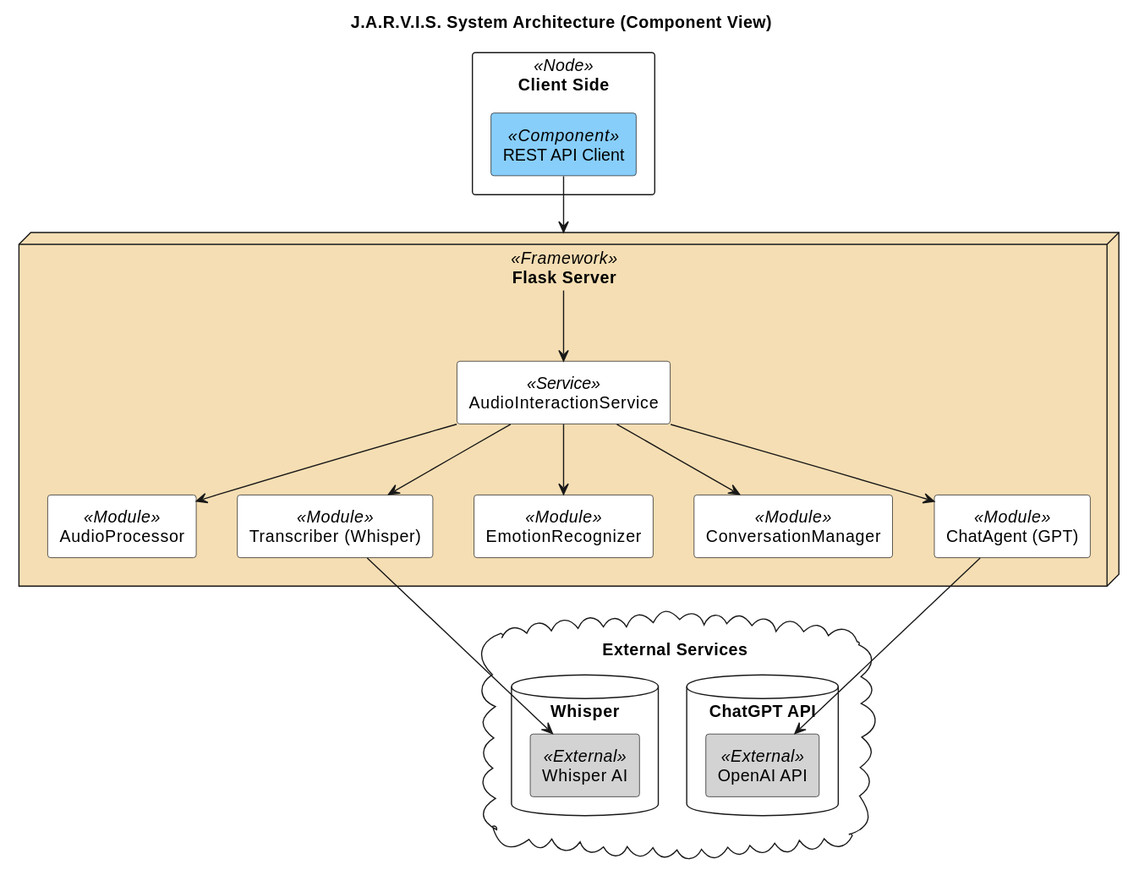
matthew-2000/JARVIS_Server keeps this PlantUML diagram as diagram/architecture.svg. Above is the earlier version. The source it was exported from:
```plantuml
@startuml
title J.A.R.V.I.S. System Architecture (Component View)

skinparam componentStyle rectangle
skinparam packageStyle rectangle
skinparam defaultTextAlignment center

package "Client Side" <<Node>> {
    [REST API Client] <<Component>> #LightSkyBlue
}

node "Flask Server" <<Framework>> #Wheat {
  [AudioInteractionService] <<Service>> #White
  [AudioProcessor] <<Module>> #White
  [Transcriber (Whisper)] <<Module>> #White
  [EmotionRecognizer] <<Module>> #White
  [ConversationManager] <<Module>> #White
  [ChatAgent (GPT)] <<Module>> #White

  [REST API Client] --> [Flask Server]
  [Flask Server] --> [AudioInteractionService]
  [AudioInteractionService] --> [AudioProcessor]
  [AudioInteractionService] --> [Transcriber (Whisper)]
  [AudioInteractionService] --> [EmotionRecognizer]
  [AudioInteractionService] --> [ConversationManager]
  [AudioInteractionService] --> [ChatAgent (GPT)]
}

cloud "External Services" {
  database "ChatGPT API" {
    [OpenAI API] <<External>> #LightGray
  }
  database "Whisper" {
    [Whisper AI] <<External>> #LightGray
  }

  [ChatAgent (GPT)] --> [OpenAI API]
  [Transcriber (Whisper)] --> [Whisper AI]
}
@enduml
```
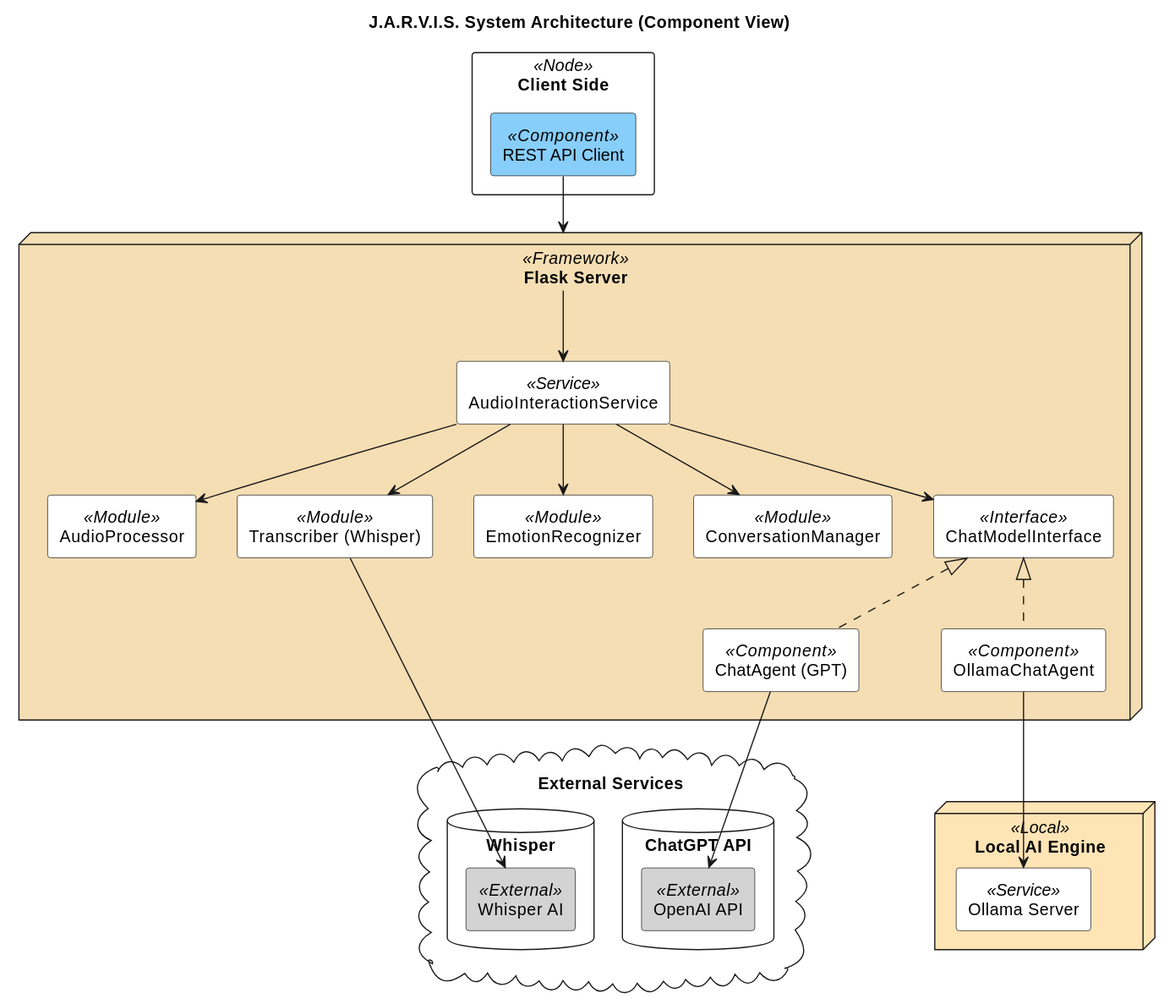
The same diagram one commit later.

Commit message:
feat: Ollama integration and dynamic model selection

Diff of the diagram source:
```diff
@@ -15,7 +15,9 @@
   [Transcriber (Whisper)] <<Module>> #White
   [EmotionRecognizer] <<Module>> #White
   [ConversationManager] <<Module>> #White
-  [ChatAgent (GPT)] <<Module>> #White
+  [ChatModelInterface] <<Interface>> #White
+  [ChatAgent (GPT)] <<Component>> #White
+  [OllamaChatAgent] <<Component>> #White
 
   [REST API Client] --> [Flask Server]
   [Flask Server] --> [AudioInteractionService]
@@ -23,7 +25,9 @@
   [AudioInteractionService] --> [Transcriber (Whisper)]
   [AudioInteractionService] --> [EmotionRecognizer]
   [AudioInteractionService] --> [ConversationManager]
-  [AudioInteractionService] --> [ChatAgent (GPT)]
+  [AudioInteractionService] --> [ChatModelInterface]
+  [ChatModelInterface] <|.. [ChatAgent (GPT)]
+  [ChatModelInterface] <|.. [OllamaChatAgent]
 }
 
 cloud "External Services" {
@@ -37,4 +41,9 @@
   [ChatAgent (GPT)] --> [OpenAI API]
   [Transcriber (Whisper)] --> [Whisper AI]
 }
+
+node "Local AI Engine" <<Local>> #Moccasin {
+    [Ollama Server] <<Service>> #White
+    [OllamaChatAgent] --> [Ollama Server]
+}
 @enduml
```
